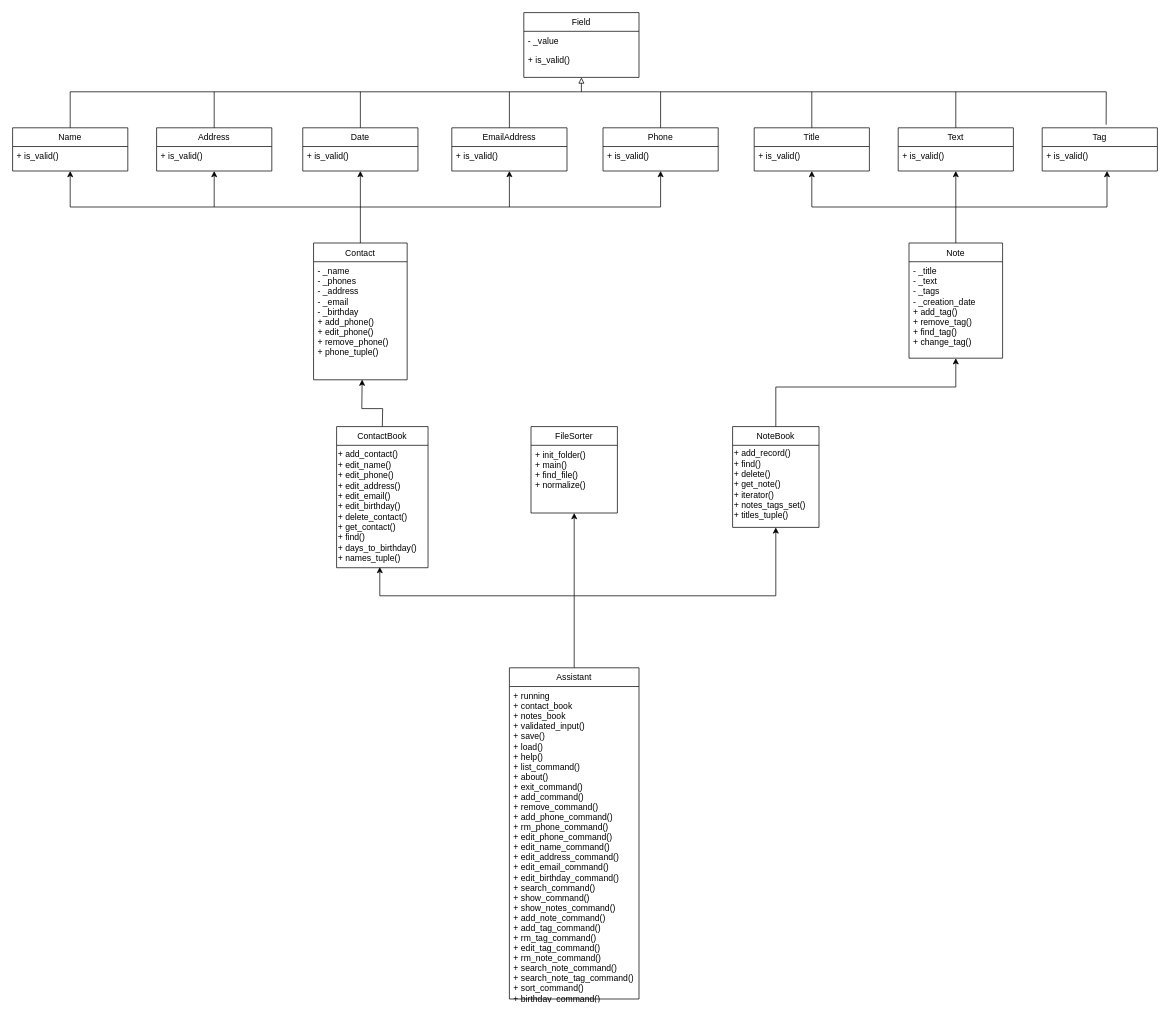
Before: Project_structure.drawio in Nyambevos/MyPersonalAssistant, a draw.io diagram. Source tidied: cells renumbered, new cells numbered last; positions are measured from the earlier drawing's top-left corner, leaving out a move shared by most shapes. Both pictures are drawn from the tidied source at 72%, with x=0, y=0 at pixel (12, 12).
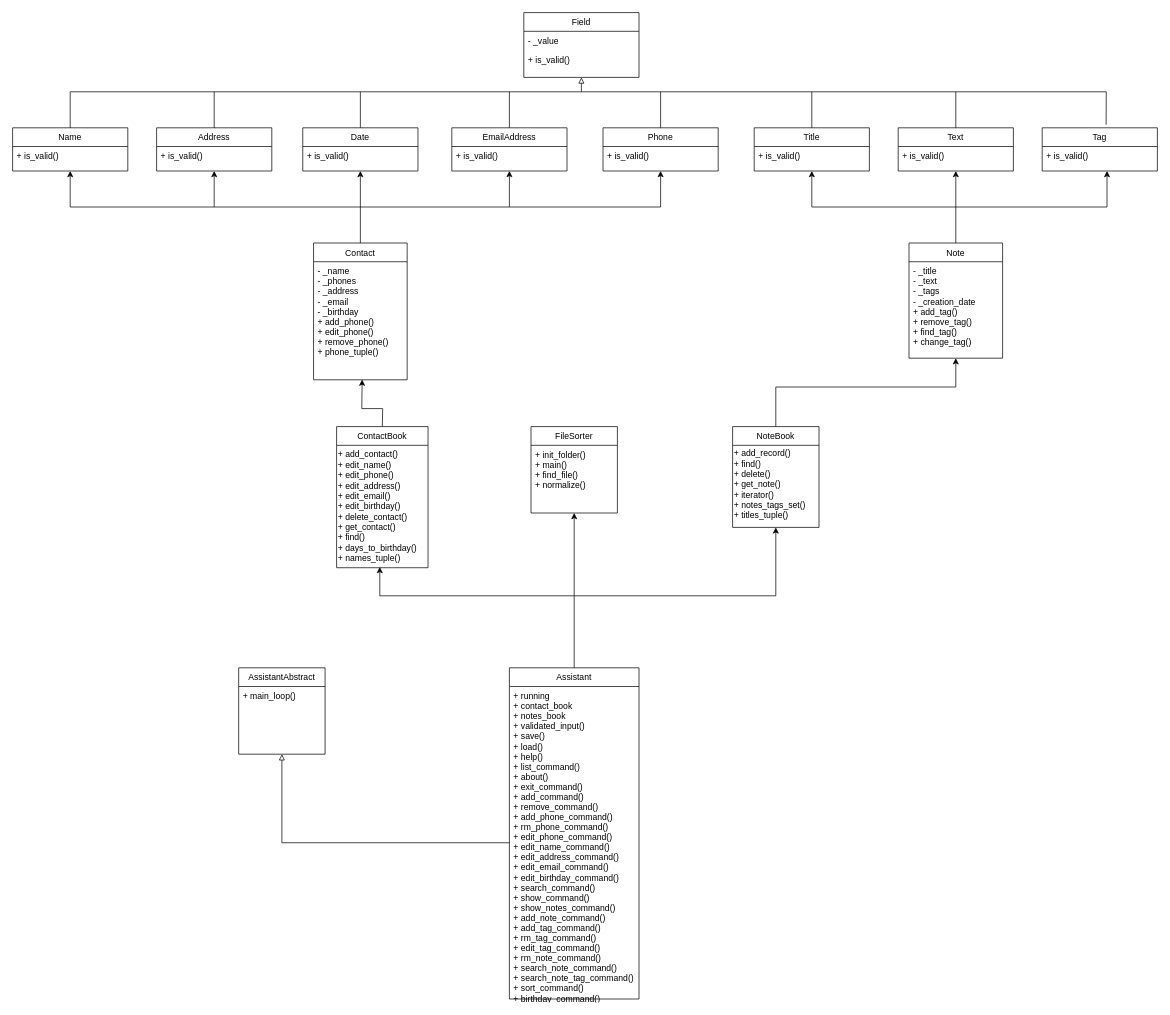
The same diagram, later.

The change refers to these unchanged cells:
```xml
<mxCell id="54" value="+ running&#10;+ contact_book&#10;+ notes_book&#10;+ validated_input()&#10;+ save()&#10;+ load()&#10;+ help()&#10;+ list_command()&#10;+ about()&#10;+ exit_command()&#10;+ add_command()&#10;+ remove_command()&#10;+ add_phone_command()&#10;+ rm_phone_command()&#10;+ edit_phone_command()&#10;+ edit_name_command()&#10;+ edit_address_command()&#10;+ edit_email_command()&#10;+ edit_birthday_command()&#10;+ search_command()&#10;+ show_command()&#10;+ show_notes_command()&#10;+ add_note_command()&#10;+ add_tag_command()&#10;+ rm_tag_command()&#10;+ edit_tag_command()&#10;+ rm_note_command()&#10;+ search_note_command()&#10;+ search_note_tag_command()&#10;+ sort_command()&#10;+ birthday_command()&#10;+ main_loop()" style="text;align=left;verticalAlign=top;spacingLeft=4;spacingRight=4;overflow=hidden;points=[[0,0.5],[1,0.5]];portConstraint=eastwest;rounded=0;shadow=0;html=0;" parent="53" vertex="1">
  <mxGeometry y="26" width="180" height="434" as="geometry" />
</mxCell>
```

Diff of the diagram source:
```diff
@@
+    <mxCell id="58" value="AssistantAbstract" style="swimlane;fontStyle=0;align=center;verticalAlign=top;horizontal=1;startSize=26;rounded=0;shadow=0;strokeWidth=1;" parent="1" vertex="1">
+      <mxGeometry x="314" y="910" width="120" height="120" as="geometry" />
+    </mxCell>
+    <mxCell id="59" value="+ main_loop()" style="text;align=left;verticalAlign=top;spacingLeft=4;spacingRight=4;overflow=hidden;rounded=0;shadow=0;html=0;" parent="58" vertex="1">
+      <mxGeometry y="26" width="120" height="84" as="geometry" />
+    </mxCell>
+    <mxCell id="60" style="endArrow=block;html=1;rounded=0;entryX=0.5;entryY=1;entryDx=0;entryDy=0;exitX=0;exitY=0.5;exitDx=0;exitDy=0;endFill=0;" parent="1" edge="1" source="54" target="58">
+      <mxGeometry relative="1" as="geometry">
+        <Array as="points">
+          <mxPoint x="374" y="1153" />
+        </Array>
+      </mxGeometry>
+    </mxCell>
```
